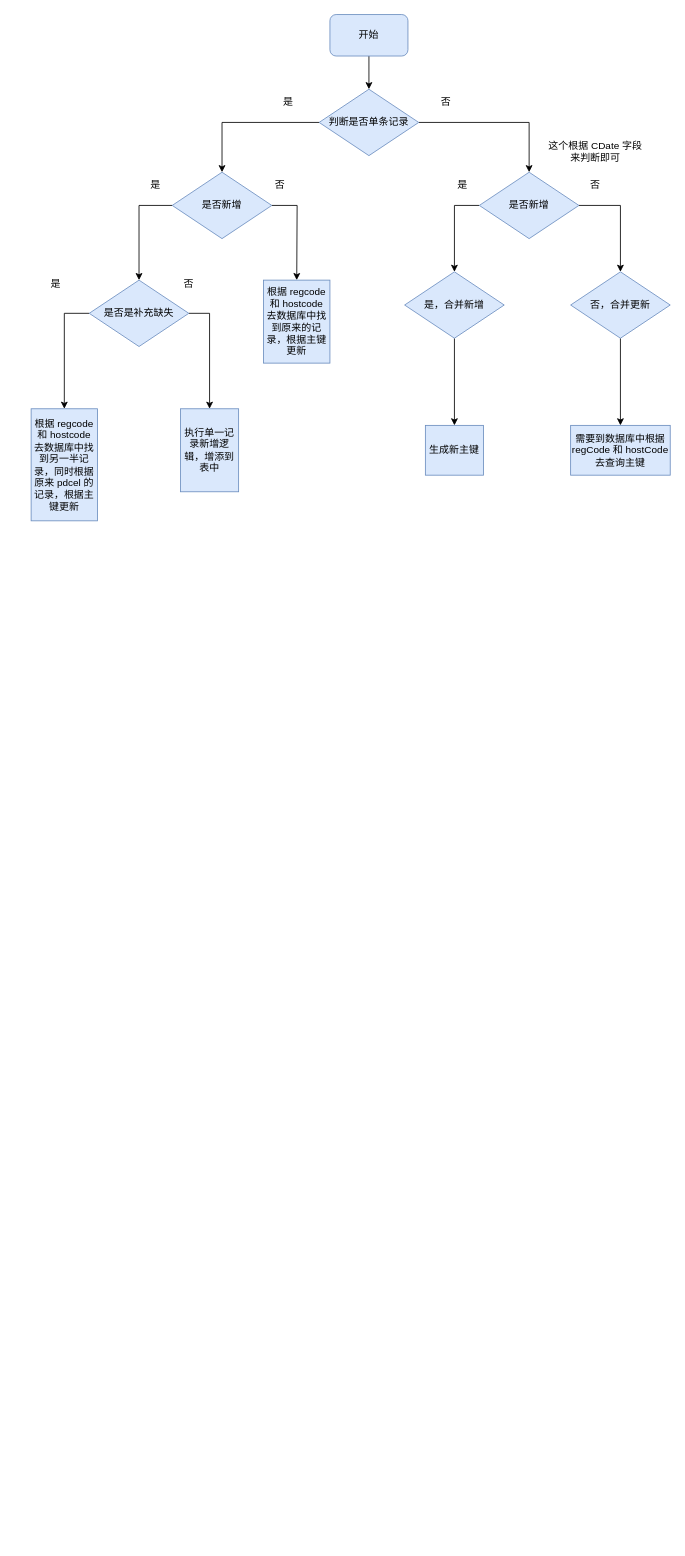
This is 未命名绘图.drawio from atmrrr/drawio2, a draw.io file, before an edit. Source tidied: cells renumbered, new cells numbered last; positions are measured from the earlier drawing's top-left corner, leaving out a move shared by most shapes. Both pictures are drawn from the tidied source at 83%, with x=0, y=0 at pixel (31, 14).
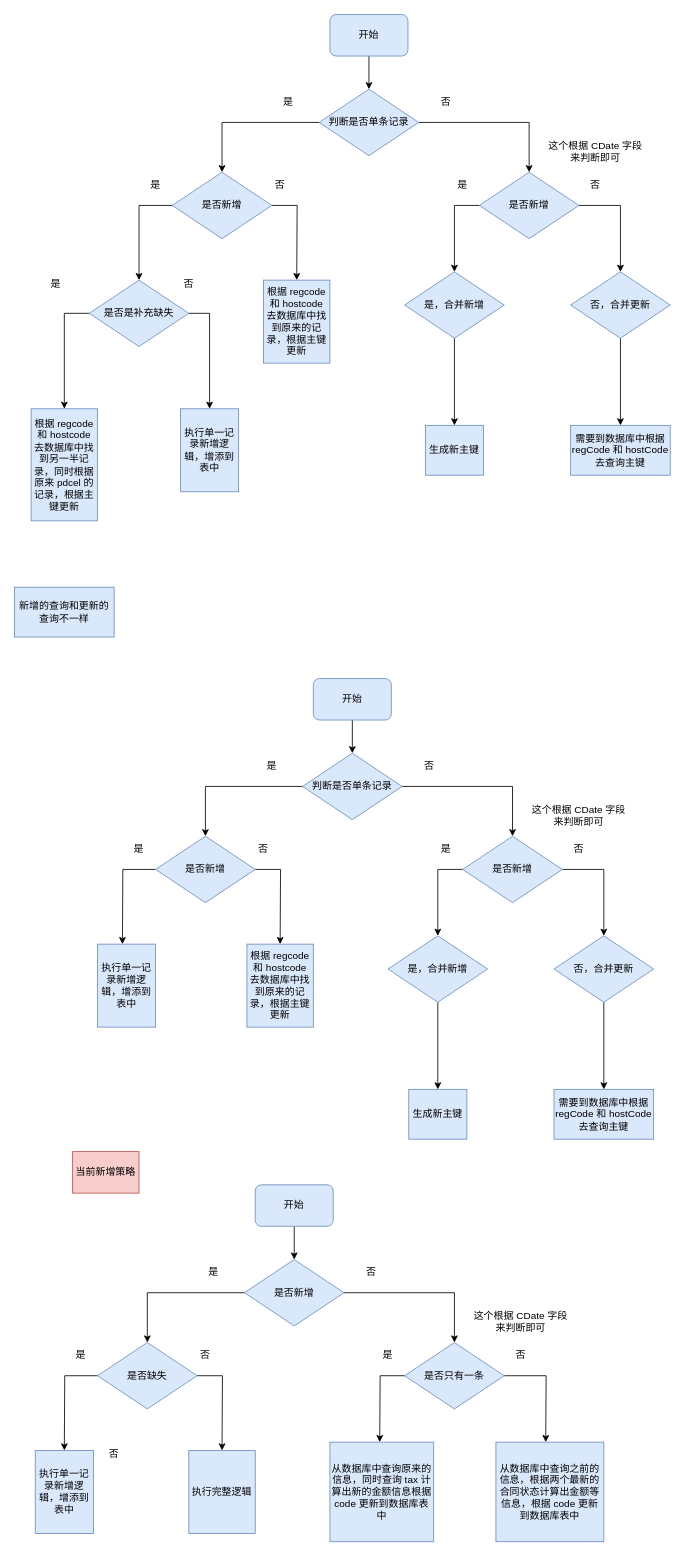
After the change.

What changed in the source:
```diff
@@
+    <mxCell id="34" value="新增的查询和更新的查询不一样" style="whiteSpace=wrap;html=1;fillColor=#dae8fc;strokeColor=#6c8ebf;" parent="1" vertex="1">
+      <mxGeometry x="-20" y="690" width="120" height="60" as="geometry" />
+    </mxCell>
+    <mxCell id="35" style="edgeStyle=orthogonalEdgeStyle;rounded=0;jettySize=auto;html=1;" parent="1" edge="1" source="36" target="39">
+      <mxGeometry relative="1" as="geometry" />
+    </mxCell>
+    <mxCell id="36" value="开始" style="rounded=1;whiteSpace=wrap;html=1;fillColor=#dae8fc;strokeColor=#6c8ebf;" parent="1" vertex="1">
+      <mxGeometry x="340" y="800" width="94" height="50" as="geometry" />
+    </mxCell>
+    <mxCell id="37" style="edgeStyle=orthogonalEdgeStyle;rounded=0;jettySize=auto;html=1;entryX=0.5;entryY=0;entryDx=0;entryDy=0;" parent="1" edge="1" source="39" target="42">
+      <mxGeometry relative="1" as="geometry" />
+    </mxCell>
+    <mxCell id="38" style="edgeStyle=orthogonalEdgeStyle;rounded=0;jettySize=auto;html=1;entryX=0.5;entryY=0;entryDx=0;entryDy=0;" parent="1" edge="1" source="39" target="45">
+      <mxGeometry relative="1" as="geometry" />
+    </mxCell>
+    <mxCell id="39" value="判断是否单条记录" style="rhombus;whiteSpace=wrap;html=1;fillColor=#dae8fc;strokeColor=#6c8ebf;" parent="1" vertex="1">
+      <mxGeometry x="327" y="890" width="120" height="80" as="geometry" />
+    </mxCell>
+    <mxCell id="40" style="edgeStyle=orthogonalEdgeStyle;rounded=0;jettySize=auto;html=1;entryX=0.5;entryY=0;entryDx=0;entryDy=0;exitX=0;exitY=0.5;exitDx=0;exitDy=0;" parent="1" edge="1" source="42">
+      <mxGeometry relative="1" as="geometry">
+        <mxPoint x="110" y="1120" as="targetPoint" />
+      </mxGeometry>
+    </mxCell>
+    <mxCell id="41" style="edgeStyle=orthogonalEdgeStyle;rounded=0;jettySize=auto;html=1;entryX=0.5;entryY=0;entryDx=0;entryDy=0;exitX=1;exitY=0.5;exitDx=0;exitDy=0;" parent="1" edge="1" source="42">
+      <mxGeometry relative="1" as="geometry">
+        <mxPoint x="300" y="1120" as="targetPoint" />
+      </mxGeometry>
+    </mxCell>
+    <mxCell id="42" value="是否新增" style="rhombus;whiteSpace=wrap;html=1;fillColor=#dae8fc;strokeColor=#6c8ebf;" parent="1" vertex="1">
+      <mxGeometry x="150" y="990" width="120" height="80" as="geometry" />
+    </mxCell>
+    <mxCell id="43" style="edgeStyle=orthogonalEdgeStyle;rounded=0;jettySize=auto;html=1;entryX=0.5;entryY=0;entryDx=0;entryDy=0;exitX=0;exitY=0.5;exitDx=0;exitDy=0;" parent="1" edge="1" source="45" target="49">
+      <mxGeometry relative="1" as="geometry" />
+    </mxCell>
+    <mxCell id="44" style="edgeStyle=orthogonalEdgeStyle;rounded=0;jettySize=auto;html=1;entryX=0.5;entryY=0;entryDx=0;entryDy=0;exitX=1;exitY=0.5;exitDx=0;exitDy=0;" parent="1" edge="1" source="45" target="51">
+      <mxGeometry relative="1" as="geometry" />
+    </mxCell>
+    <mxCell id="45" value="是否新增" style="rhombus;whiteSpace=wrap;html=1;fillColor=#dae8fc;strokeColor=#6c8ebf;" parent="1" vertex="1">
+      <mxGeometry x="520" y="990" width="120" height="80" as="geometry" />
+    </mxCell>
+    <mxCell id="46" value="是" style="text;html=1;whiteSpace=wrap;strokeColor=none;fillColor=none;align=center;verticalAlign=middle;rounded=0;" parent="1" vertex="1">
+      <mxGeometry x="260" y="890" width="60" height="30" as="geometry" />
+    </mxCell>
+    <mxCell id="47" value="否" style="text;html=1;whiteSpace=wrap;strokeColor=none;fillColor=none;align=center;verticalAlign=middle;rounded=0;" parent="1" vertex="1">
+      <mxGeometry x="450" y="890" width="60" height="30" as="geometry" />
+    </mxCell>
+    <mxCell id="48" style="edgeStyle=orthogonalEdgeStyle;rounded=0;jettySize=auto;html=1;entryX=0.5;entryY=0;entryDx=0;entryDy=0;" parent="1" edge="1" source="49" target="56">
+      <mxGeometry relative="1" as="geometry" />
+    </mxCell>
+    <mxCell id="49" value="是，合并新增" style="rhombus;whiteSpace=wrap;html=1;fillColor=#dae8fc;strokeColor=#6c8ebf;" parent="1" vertex="1">
+      <mxGeometry x="430" y="1110" width="120" height="80" as="geometry" />
+    </mxCell>
+    <mxCell id="50" style="edgeStyle=orthogonalEdgeStyle;rounded=0;jettySize=auto;html=1;" parent="1" edge="1" source="51" target="57">
+      <mxGeometry relative="1" as="geometry" />
+    </mxCell>
+    <mxCell id="51" value="否，合并更新" style="rhombus;whiteSpace=wrap;html=1;fillColor=#dae8fc;strokeColor=#6c8ebf;" parent="1" vertex="1">
+      <mxGeometry x="630" y="1110" width="120" height="80" as="geometry" />
+    </mxCell>
+    <mxCell id="52" value="是" style="text;html=1;whiteSpace=wrap;strokeColor=none;fillColor=none;align=center;verticalAlign=middle;rounded=0;" parent="1" vertex="1">
+      <mxGeometry x="470" y="990" width="60" height="30" as="geometry" />
+    </mxCell>
+    <mxCell id="53" value="否" style="text;html=1;whiteSpace=wrap;strokeColor=none;fillColor=none;align=center;verticalAlign=middle;rounded=0;" parent="1" vertex="1">
+      <mxGeometry x="630" y="990" width="60" height="30" as="geometry" />
+    </mxCell>
+    <mxCell id="54" value="是" style="text;html=1;whiteSpace=wrap;strokeColor=none;fillColor=none;align=center;verticalAlign=middle;rounded=0;" parent="1" vertex="1">
+      <mxGeometry x="100" y="990" width="60" height="30" as="geometry" />
+    </mxCell>
+    <mxCell id="55" value="否" style="text;html=1;whiteSpace=wrap;strokeColor=none;fillColor=none;align=center;verticalAlign=middle;rounded=0;" parent="1" vertex="1">
+      <mxGeometry x="250" y="990" width="60" height="30" as="geometry" />
+    </mxCell>
+    <mxCell id="56" value="生成新主键" style="rounded=0;whiteSpace=wrap;html=1;fillColor=#dae8fc;strokeColor=#6c8ebf;" parent="1" vertex="1">
+      <mxGeometry x="455" y="1295" width="70" height="60" as="geometry" />
+    </mxCell>
+    <mxCell id="57" value="需要到数据库中根据&lt;div&gt;regCode 和 hostCode&lt;/div&gt;&lt;div&gt;去查询主键&lt;/div&gt;" style="rounded=0;whiteSpace=wrap;html=1;fillColor=#dae8fc;strokeColor=#6c8ebf;" parent="1" vertex="1">
+      <mxGeometry x="630" y="1295" width="120" height="60" as="geometry" />
+    </mxCell>
+    <mxCell id="58" value="根据 regcode 和 hostcode 去数据库中找到原来的记录，根据主键更新" style="rounded=0;whiteSpace=wrap;html=1;fillColor=#dae8fc;strokeColor=#6c8ebf;" parent="1" vertex="1">
+      <mxGeometry x="260" y="1120" width="80" height="100" as="geometry" />
+    </mxCell>
+    <mxCell id="59" value="执行单一记录新增逻辑，增添到表中" style="rounded=0;whiteSpace=wrap;html=1;fillColor=#dae8fc;strokeColor=#6c8ebf;" parent="1" vertex="1">
+      <mxGeometry x="80" y="1120" width="70" height="100" as="geometry" />
+    </mxCell>
+    <mxCell id="60" value="这个根据 CDate 字段来判断即可" style="text;html=1;whiteSpace=wrap;strokeColor=none;fillColor=none;align=center;verticalAlign=middle;rounded=0;" parent="1" vertex="1">
+      <mxGeometry x="600" y="950" width="120" height="30" as="geometry" />
+    </mxCell>
+    <mxCell id="61" style="edgeStyle=orthogonalEdgeStyle;rounded=0;jettySize=auto;html=1;" parent="1" edge="1" source="62" target="65">
+      <mxGeometry relative="1" as="geometry" />
+    </mxCell>
+    <mxCell id="62" value="开始" style="rounded=1;whiteSpace=wrap;html=1;fillColor=#dae8fc;strokeColor=#6c8ebf;" parent="1" vertex="1">
+      <mxGeometry x="270" y="1410" width="94" height="50" as="geometry" />
+    </mxCell>
+    <mxCell id="63" style="edgeStyle=orthogonalEdgeStyle;rounded=0;jettySize=auto;html=1;entryX=0.5;entryY=0;entryDx=0;entryDy=0;" parent="1" edge="1" source="65" target="68">
+      <mxGeometry relative="1" as="geometry" />
+    </mxCell>
+    <mxCell id="64" style="edgeStyle=orthogonalEdgeStyle;rounded=0;jettySize=auto;html=1;entryX=0.5;entryY=0;entryDx=0;entryDy=0;" parent="1" edge="1" source="65" target="71">
+      <mxGeometry relative="1" as="geometry" />
+    </mxCell>
+    <mxCell id="65" value="是否新增" style="rhombus;whiteSpace=wrap;html=1;fillColor=#dae8fc;strokeColor=#6c8ebf;" parent="1" vertex="1">
+      <mxGeometry x="257" y="1500" width="120" height="80" as="geometry" />
+    </mxCell>
+    <mxCell id="66" style="edgeStyle=orthogonalEdgeStyle;rounded=0;jettySize=auto;html=1;entryX=0.5;entryY=0;entryDx=0;entryDy=0;exitX=0;exitY=0.5;exitDx=0;exitDy=0;" parent="1" edge="1" source="68">
+      <mxGeometry relative="1" as="geometry">
+        <mxPoint x="40" y="1730" as="targetPoint" />
+      </mxGeometry>
+    </mxCell>
+    <mxCell id="67" style="edgeStyle=orthogonalEdgeStyle;rounded=0;jettySize=auto;html=1;entryX=0.5;entryY=0;entryDx=0;entryDy=0;exitX=1;exitY=0.5;exitDx=0;exitDy=0;" parent="1" edge="1" source="68">
+      <mxGeometry relative="1" as="geometry">
+        <mxPoint x="230" y="1730" as="targetPoint" />
+      </mxGeometry>
+    </mxCell>
+    <mxCell id="68" value="是否缺失" style="rhombus;whiteSpace=wrap;html=1;fillColor=#dae8fc;strokeColor=#6c8ebf;" parent="1" vertex="1">
+      <mxGeometry x="80" y="1600" width="120" height="80" as="geometry" />
+    </mxCell>
+    <mxCell id="69" style="edgeStyle=orthogonalEdgeStyle;rounded=0;jettySize=auto;html=1;entryX=0.5;entryY=0;entryDx=0;entryDy=0;exitX=0;exitY=0.5;exitDx=0;exitDy=0;" parent="1" edge="1" source="71">
+      <mxGeometry relative="1" as="geometry">
+        <mxPoint x="420" y="1720" as="targetPoint" />
+      </mxGeometry>
+    </mxCell>
+    <mxCell id="70" style="edgeStyle=orthogonalEdgeStyle;rounded=0;jettySize=auto;html=1;entryX=0.5;entryY=0;entryDx=0;entryDy=0;exitX=1;exitY=0.5;exitDx=0;exitDy=0;" parent="1" edge="1" source="71">
+      <mxGeometry relative="1" as="geometry">
+        <mxPoint x="620" y="1720" as="targetPoint" />
+      </mxGeometry>
+    </mxCell>
+    <mxCell id="71" value="是否只有一条" style="rhombus;whiteSpace=wrap;html=1;fillColor=#dae8fc;strokeColor=#6c8ebf;" parent="1" vertex="1">
+      <mxGeometry x="450" y="1600" width="120" height="80" as="geometry" />
+    </mxCell>
+    <mxCell id="72" value="是" style="text;html=1;whiteSpace=wrap;strokeColor=none;fillColor=none;align=center;verticalAlign=middle;rounded=0;" parent="1" vertex="1">
+      <mxGeometry x="190" y="1500" width="60" height="30" as="geometry" />
+    </mxCell>
+    <mxCell id="73" value="否" style="text;html=1;whiteSpace=wrap;strokeColor=none;fillColor=none;align=center;verticalAlign=middle;rounded=0;" parent="1" vertex="1">
+      <mxGeometry x="380" y="1500" width="60" height="30" as="geometry" />
+    </mxCell>
+    <mxCell id="74" value="是" style="text;html=1;whiteSpace=wrap;strokeColor=none;fillColor=none;align=center;verticalAlign=middle;rounded=0;" parent="1" vertex="1">
+      <mxGeometry x="400" y="1600" width="60" height="30" as="geometry" />
+    </mxCell>
+    <mxCell id="75" value="否" style="text;html=1;whiteSpace=wrap;strokeColor=none;fillColor=none;align=center;verticalAlign=middle;rounded=0;" parent="1" vertex="1">
+      <mxGeometry x="560" y="1600" width="60" height="30" as="geometry" />
+    </mxCell>
+    <mxCell id="76" value="是" style="text;html=1;whiteSpace=wrap;strokeColor=none;fillColor=none;align=center;verticalAlign=middle;rounded=0;" parent="1" vertex="1">
+      <mxGeometry x="30" y="1600" width="60" height="30" as="geometry" />
+    </mxCell>
+    <mxCell id="77" value="否" style="text;html=1;whiteSpace=wrap;strokeColor=none;fillColor=none;align=center;verticalAlign=middle;rounded=0;" parent="1" vertex="1">
+      <mxGeometry x="180" y="1600" width="60" height="30" as="geometry" />
+    </mxCell>
+    <mxCell id="78" value="从数据库中查询原来的信息，同时查询 tax 计算出新的金额信息根据 code 更新到数据库表中" style="rounded=0;whiteSpace=wrap;html=1;fillColor=#dae8fc;strokeColor=#6c8ebf;" parent="1" vertex="1">
+      <mxGeometry x="360" y="1720" width="125" height="120" as="geometry" />
+    </mxCell>
+    <mxCell id="79" value="从数据库中查询之前的信息，根据两个最新的合同状态计算出金额等信息，根据 code 更新到数据库表中" style="rounded=0;whiteSpace=wrap;html=1;fillColor=#dae8fc;strokeColor=#6c8ebf;" parent="1" vertex="1">
+      <mxGeometry x="560" y="1720" width="130" height="120" as="geometry" />
+    </mxCell>
+    <mxCell id="80" value="执行完整逻辑" style="rounded=0;whiteSpace=wrap;html=1;fillColor=#dae8fc;strokeColor=#6c8ebf;" parent="1" vertex="1">
+      <mxGeometry x="190" y="1730" width="80" height="100" as="geometry" />
+    </mxCell>
+    <mxCell id="81" value="执行单一记录新增逻辑，增添到表中" style="rounded=0;whiteSpace=wrap;html=1;fillColor=#dae8fc;strokeColor=#6c8ebf;" parent="1" vertex="1">
+      <mxGeometry x="5" y="1730" width="70" height="100" as="geometry" />
+    </mxCell>
+    <mxCell id="82" value="否" style="text;html=1;whiteSpace=wrap;strokeColor=none;fillColor=none;align=center;verticalAlign=middle;rounded=0;" parent="1" vertex="1">
+      <mxGeometry x="70" y="1720" width="60" height="30" as="geometry" />
+    </mxCell>
+    <mxCell id="83" value="这个根据 CDate 字段来判断即可" style="text;html=1;whiteSpace=wrap;strokeColor=none;fillColor=none;align=center;verticalAlign=middle;rounded=0;" parent="1" vertex="1">
+      <mxGeometry x="530" y="1560" width="120" height="30" as="geometry" />
+    </mxCell>
+    <mxCell id="84" value="当前新增策略" style="whiteSpace=wrap;html=1;fillColor=#f8cecc;strokeColor=#b85450;" parent="1" vertex="1">
+      <mxGeometry x="50" y="1370" width="80" height="50" as="geometry" />
+    </mxCell>
```
